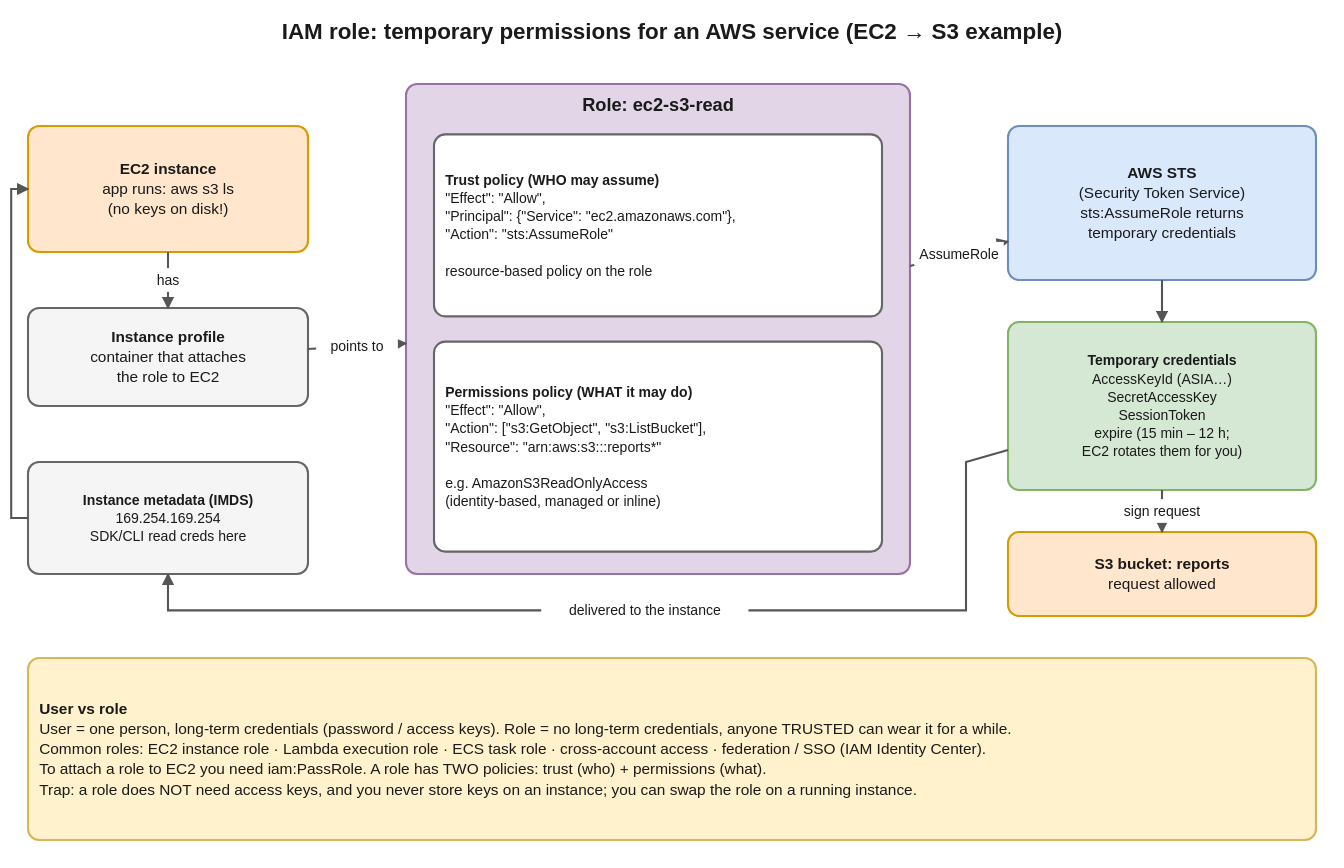
This is interview-prep/aws/diagrams/iam-05-role-assume.drawio.svg from suraj9741/interview, a draw.io export, as it was before one commit. Source tidied: cells renumbered, new cells last; positions are measured from the earlier drawing's top-left corner, leaving out a move shared by most shapes.
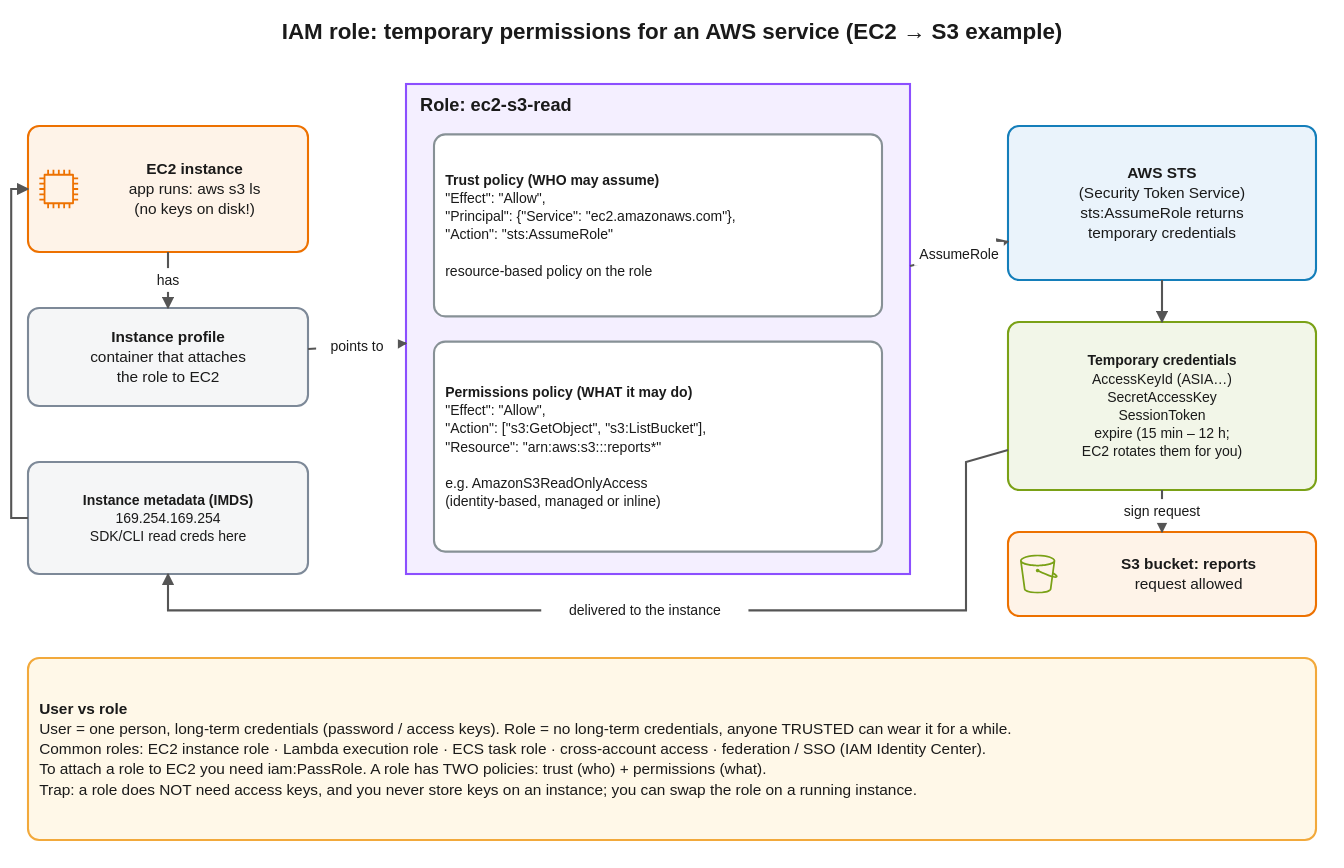
The same diagram one commit later.

What changed in the source:
```diff
@@ -5,34 +5,40 @@
     <mxCell id="2" value="IAM role: temporary permissions for an AWS service (EC2 → S3 example)" style="text;strokeColor=none;fillColor=none;whiteSpace=wrap;html=1;fontSize=16;fontColor=#1a1a1a;fontFamily=Helvetica;align=center;verticalAlign=middle;fontStyle=1;" parent="1" vertex="1">
       <mxGeometry width="960" height="28" as="geometry" />
     </mxCell>
-    <mxCell id="3" value="&lt;b&gt;EC2 instance&lt;/b&gt;&lt;br&gt;app runs: aws s3 ls&lt;br&gt;(no keys on disk!)" style="rounded=1;absoluteArcSize=1;arcSize=16;fillColor=#ffe6cc;strokeColor=#d79b00;strokeWidth=1.5;whiteSpace=wrap;html=1;fontSize=11;fontColor=#1a1a1a;fontFamily=Helvetica;align=center;verticalAlign=middle;" parent="1" vertex="1">
+    <mxCell id="3" value="&lt;b&gt;EC2 instance&lt;/b&gt;&lt;br&gt;app runs: aws s3 ls&lt;br&gt;(no keys on disk!)" style="rounded=1;absoluteArcSize=1;arcSize=16;fillColor=#FEF3E8;strokeColor=#ED7100;strokeWidth=1.5;whiteSpace=wrap;html=1;fontSize=11;fontColor=#1a1a1a;fontFamily=Helvetica;align=center;verticalAlign=middle;spacingLeft=38;" parent="1" vertex="1">
       <mxGeometry x="20" y="82" width="200" height="90" as="geometry" />
     </mxCell>
+    <mxCell id="20" style="sketch=0;fontColor=#232F3E;gradientColor=none;dashed=0;verticalLabelPosition=bottom;verticalAlign=top;align=center;html=1;fontSize=12;fontStyle=0;fillColor=#ED7100;strokeColor=none;shape=mxgraph.aws4.instance2;" parent="1" vertex="1">
+      <mxGeometry x="28" y="113" width="28" height="28" as="geometry" />
+    </mxCell>
-    <mxCell id="4" value="&lt;b&gt;Instance profile&lt;/b&gt;&lt;br&gt;container that attaches&lt;br&gt;the role to EC2" style="rounded=1;absoluteArcSize=1;arcSize=16;fillColor=#f5f5f5;strokeColor=#666666;strokeWidth=1.5;whiteSpace=wrap;html=1;fontSize=11;fontColor=#1a1a1a;fontFamily=Helvetica;align=center;verticalAlign=middle;" parent="1" vertex="1">
+    <mxCell id="4" value="&lt;b&gt;Instance profile&lt;/b&gt;&lt;br&gt;container that attaches&lt;br&gt;the role to EC2" style="rounded=1;absoluteArcSize=1;arcSize=16;fillColor=#F5F6F7;strokeColor=#7D8998;strokeWidth=1.5;whiteSpace=wrap;html=1;fontSize=11;fontColor=#1a1a1a;fontFamily=Helvetica;align=center;verticalAlign=middle;" parent="1" vertex="1">
       <mxGeometry x="20" y="212" width="200" height="70" as="geometry" />
     </mxCell>
-    <mxCell id="5" value="&lt;b&gt;Instance metadata (IMDS)&lt;/b&gt;&lt;br&gt;169.254.169.254&lt;br&gt;SDK/CLI read creds here" style="rounded=1;absoluteArcSize=1;arcSize=16;fillColor=#f5f5f5;strokeColor=#666666;strokeWidth=1.5;whiteSpace=wrap;html=1;fontSize=10;fontColor=#1a1a1a;fontFamily=Helvetica;align=center;verticalAlign=middle;" parent="1" vertex="1">
+    <mxCell id="5" value="&lt;b&gt;Instance metadata (IMDS)&lt;/b&gt;&lt;br&gt;169.254.169.254&lt;br&gt;SDK/CLI read creds here" style="rounded=1;absoluteArcSize=1;arcSize=16;fillColor=#F5F6F7;strokeColor=#7D8998;strokeWidth=1.5;whiteSpace=wrap;html=1;fontSize=10;fontColor=#1a1a1a;fontFamily=Helvetica;align=center;verticalAlign=middle;" parent="1" vertex="1">
       <mxGeometry x="20" y="322" width="200" height="80" as="geometry" />
     </mxCell>
-    <mxCell id="6" value="Role: ec2-s3-read" style="rounded=1;absoluteArcSize=1;arcSize=16;fillColor=#e1d5e7;strokeColor=#9673a6;strokeWidth=1.5;whiteSpace=wrap;html=1;fontSize=13;fontColor=#1a1a1a;fontFamily=Helvetica;align=center;verticalAlign=top;fontStyle=1;spacingTop=2;spacingBottom=2;" parent="1" vertex="1">
+    <mxCell id="6" value="Role: ec2-s3-read" style="rounded=0;fillColor=#F4EFFF;strokeColor=#8C4FFF;strokeWidth=1.5;whiteSpace=wrap;html=1;fontSize=13;fontColor=#1a1a1a;fontFamily=Helvetica;align=left;verticalAlign=top;fontStyle=1;spacingLeft=8;spacingTop=2;spacingBottom=2;" parent="1" vertex="1">
       <mxGeometry x="290" y="52" width="360" height="350" as="geometry" />
     </mxCell>
-    <mxCell id="7" value="&lt;b&gt;Trust policy (WHO may assume)&lt;/b&gt;&lt;br&gt;&quot;Effect&quot;: &quot;Allow&quot;,&lt;br&gt;&quot;Principal&quot;: {&quot;Service&quot;: &quot;ec2.amazonaws.com&quot;},&lt;br&gt;&quot;Action&quot;: &quot;sts:AssumeRole&quot;&lt;br&gt;&lt;br&gt;resource-based policy on the role" style="rounded=1;absoluteArcSize=1;arcSize=16;fillColor=#ffffff;strokeColor=#666666;strokeWidth=1.5;whiteSpace=wrap;html=1;fontSize=10;fontColor=#1a1a1a;fontFamily=Helvetica;align=left;verticalAlign=middle;spacingLeft=6;" parent="1" vertex="1">
+    <mxCell id="7" value="&lt;b&gt;Trust policy (WHO may assume)&lt;/b&gt;&lt;br&gt;&quot;Effect&quot;: &quot;Allow&quot;,&lt;br&gt;&quot;Principal&quot;: {&quot;Service&quot;: &quot;ec2.amazonaws.com&quot;},&lt;br&gt;&quot;Action&quot;: &quot;sts:AssumeRole&quot;&lt;br&gt;&lt;br&gt;resource-based policy on the role" style="rounded=1;absoluteArcSize=1;arcSize=16;fillColor=#FFFFFF;strokeColor=#879196;strokeWidth=1.5;whiteSpace=wrap;html=1;fontSize=10;fontColor=#1a1a1a;fontFamily=Helvetica;align=left;verticalAlign=middle;spacingLeft=6;" parent="1" vertex="1">
       <mxGeometry x="310" y="88" width="320" height="130" as="geometry" />
     </mxCell>
-    <mxCell id="8" value="&lt;b&gt;Permissions policy (WHAT it may do)&lt;/b&gt;&lt;br&gt;&quot;Effect&quot;: &quot;Allow&quot;,&lt;br&gt;&quot;Action&quot;: [&quot;s3:GetObject&quot;, &quot;s3:ListBucket&quot;],&lt;br&gt;&quot;Resource&quot;: &quot;arn:aws:s3:::reports*&quot;&lt;br&gt;&lt;br&gt;e.g. AmazonS3ReadOnlyAccess&lt;br&gt;(identity-based, managed or inline)" style="rounded=1;absoluteArcSize=1;arcSize=16;fillColor=#ffffff;strokeColor=#666666;strokeWidth=1.5;whiteSpace=wrap;html=1;fontSize=10;fontColor=#1a1a1a;fontFamily=Helvetica;align=left;verticalAlign=middle;spacingLeft=6;" parent="1" vertex="1">
+    <mxCell id="8" value="&lt;b&gt;Permissions policy (WHAT it may do)&lt;/b&gt;&lt;br&gt;&quot;Effect&quot;: &quot;Allow&quot;,&lt;br&gt;&quot;Action&quot;: [&quot;s3:GetObject&quot;, &quot;s3:ListBucket&quot;],&lt;br&gt;&quot;Resource&quot;: &quot;arn:aws:s3:::reports*&quot;&lt;br&gt;&lt;br&gt;e.g. AmazonS3ReadOnlyAccess&lt;br&gt;(identity-based, managed or inline)" style="rounded=1;absoluteArcSize=1;arcSize=16;fillColor=#FFFFFF;strokeColor=#879196;strokeWidth=1.5;whiteSpace=wrap;html=1;fontSize=10;fontColor=#1a1a1a;fontFamily=Helvetica;align=left;verticalAlign=middle;spacingLeft=6;" parent="1" vertex="1">
       <mxGeometry x="310" y="236" width="320" height="150" as="geometry" />
     </mxCell>
-    <mxCell id="9" value="&lt;b&gt;AWS STS&lt;/b&gt;&lt;br&gt;(Security Token Service)&lt;br&gt;sts:AssumeRole returns&lt;br&gt;temporary credentials" style="rounded=1;absoluteArcSize=1;arcSize=16;fillColor=#dae8fc;strokeColor=#6c8ebf;strokeWidth=1.5;whiteSpace=wrap;html=1;fontSize=11;fontColor=#1a1a1a;fontFamily=Helvetica;align=center;verticalAlign=middle;" parent="1" vertex="1">
+    <mxCell id="9" value="&lt;b&gt;AWS STS&lt;/b&gt;&lt;br&gt;(Security Token Service)&lt;br&gt;sts:AssumeRole returns&lt;br&gt;temporary credentials" style="rounded=1;absoluteArcSize=1;arcSize=16;fillColor=#EAF3FB;strokeColor=#147EBA;strokeWidth=1.5;whiteSpace=wrap;html=1;fontSize=11;fontColor=#1a1a1a;fontFamily=Helvetica;align=center;verticalAlign=middle;" parent="1" vertex="1">
       <mxGeometry x="720" y="82" width="220" height="110" as="geometry" />
     </mxCell>
-    <mxCell id="10" value="&lt;b&gt;Temporary credentials&lt;/b&gt;&lt;br&gt;AccessKeyId (ASIA…)&lt;br&gt;SecretAccessKey&lt;br&gt;SessionToken&lt;br&gt;expire (15 min – 12 h;&lt;br&gt;EC2 rotates them for you)" style="rounded=1;absoluteArcSize=1;arcSize=16;fillColor=#d5e8d4;strokeColor=#82b366;strokeWidth=1.5;whiteSpace=wrap;html=1;fontSize=10;fontColor=#1a1a1a;fontFamily=Helvetica;align=center;verticalAlign=middle;" parent="1" vertex="1">
+    <mxCell id="10" value="&lt;b&gt;Temporary credentials&lt;/b&gt;&lt;br&gt;AccessKeyId (ASIA…)&lt;br&gt;SecretAccessKey&lt;br&gt;SessionToken&lt;br&gt;expire (15 min – 12 h;&lt;br&gt;EC2 rotates them for you)" style="rounded=1;absoluteArcSize=1;arcSize=16;fillColor=#F2F6E8;strokeColor=#7AA116;strokeWidth=1.5;whiteSpace=wrap;html=1;fontSize=10;fontColor=#1a1a1a;fontFamily=Helvetica;align=center;verticalAlign=middle;" parent="1" vertex="1">
       <mxGeometry x="720" y="222" width="220" height="120" as="geometry" />
     </mxCell>
-    <mxCell id="11" value="&lt;b&gt;S3 bucket: reports&lt;/b&gt;&lt;br&gt;request allowed" style="rounded=1;absoluteArcSize=1;arcSize=16;fillColor=#ffe6cc;strokeColor=#d79b00;strokeWidth=1.5;whiteSpace=wrap;html=1;fontSize=11;fontColor=#1a1a1a;fontFamily=Helvetica;align=center;verticalAlign=middle;" parent="1" vertex="1">
+    <mxCell id="11" value="&lt;b&gt;S3 bucket: reports&lt;/b&gt;&lt;br&gt;request allowed" style="rounded=1;absoluteArcSize=1;arcSize=16;fillColor=#FEF3E8;strokeColor=#ED7100;strokeWidth=1.5;whiteSpace=wrap;html=1;fontSize=11;fontColor=#1a1a1a;fontFamily=Helvetica;align=center;verticalAlign=middle;spacingLeft=38;" parent="1" vertex="1">
       <mxGeometry x="720" y="372" width="220" height="60" as="geometry" />
     </mxCell>
+    <mxCell id="21" style="sketch=0;fontColor=#232F3E;gradientColor=none;dashed=0;verticalLabelPosition=bottom;verticalAlign=top;align=center;html=1;fontSize=12;fontStyle=0;fillColor=#7AA116;strokeColor=none;shape=mxgraph.aws4.bucket;" parent="1" vertex="1">
+      <mxGeometry x="728" y="388" width="28" height="28" as="geometry" />
+    </mxCell>
-    <mxCell id="12" value="&lt;b&gt;User vs role&lt;/b&gt;&lt;br&gt;User = one person, long-term credentials (password / access keys).   Role = no long-term credentials, anyone TRUSTED can wear it for a while.&lt;br&gt;Common roles: EC2 instance role · Lambda execution role · ECS task role · cross-account access · federation / SSO (IAM Identity Center).&lt;br&gt;To attach a role to EC2 you need iam:PassRole.  A role has TWO policies: trust (who) + permissions (what).&lt;br&gt;Trap: a role does NOT need access keys, and you never store keys on an instance; you can swap the role on a running instance." style="rounded=1;absoluteArcSize=1;arcSize=16;fillColor=#fff2cc;strokeColor=#d6b656;strokeWidth=1.5;whiteSpace=wrap;html=1;fontSize=11;fontColor=#1a1a1a;fontFamily=Helvetica;align=left;verticalAlign=middle;spacingLeft=6;" parent="1" vertex="1">
+    <mxCell id="12" value="&lt;b&gt;User vs role&lt;/b&gt;&lt;br&gt;User = one person, long-term credentials (password / access keys).   Role = no long-term credentials, anyone TRUSTED can wear it for a while.&lt;br&gt;Common roles: EC2 instance role · Lambda execution role · ECS task role · cross-account access · federation / SSO (IAM Identity Center).&lt;br&gt;To attach a role to EC2 you need iam:PassRole.  A role has TWO policies: trust (who) + permissions (what).&lt;br&gt;Trap: a role does NOT need access keys, and you never store keys on an instance; you can swap the role on a running instance." style="rounded=1;absoluteArcSize=1;arcSize=16;fillColor=#FFF8E8;strokeColor=#F2A93B;strokeWidth=1.5;whiteSpace=wrap;html=1;fontSize=11;fontColor=#1a1a1a;fontFamily=Helvetica;align=left;verticalAlign=middle;spacingLeft=6;" parent="1" vertex="1">
       <mxGeometry x="20" y="462" width="920" height="130" as="geometry" />
     </mxCell>
     <mxCell id="13" value="has" style="html=1;rounded=0;endArrow=classic;endFill=1;strokeColor=#555555;strokeWidth=1.5;fontSize=10;fontColor=#1a1a1a;labelBackgroundColor=#ffffff;startArrow=none;" parent="1" edge="1" source="3" target="4">
```
